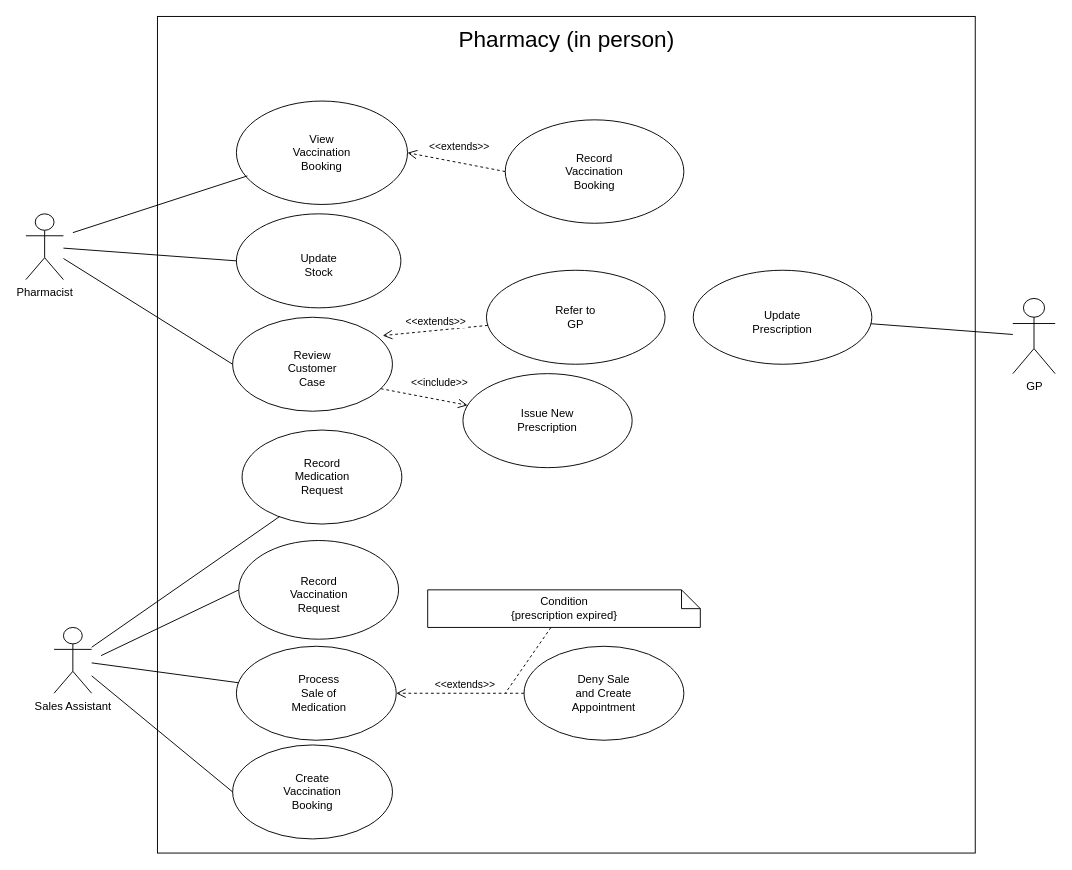
Earlier version of the draw.io diagram PharmacyUseCase.drawio (iitzzBenny/Group6D--Pharmacy--UseCaseDiagram). Source tidied: cells renumbered, new cells numbered last; positions are measured from the earlier drawing's top-left corner, leaving out a move shared by most shapes. Both pictures are drawn from the tidied source at 94%, with x=0, y=0 at pixel (25, 16).
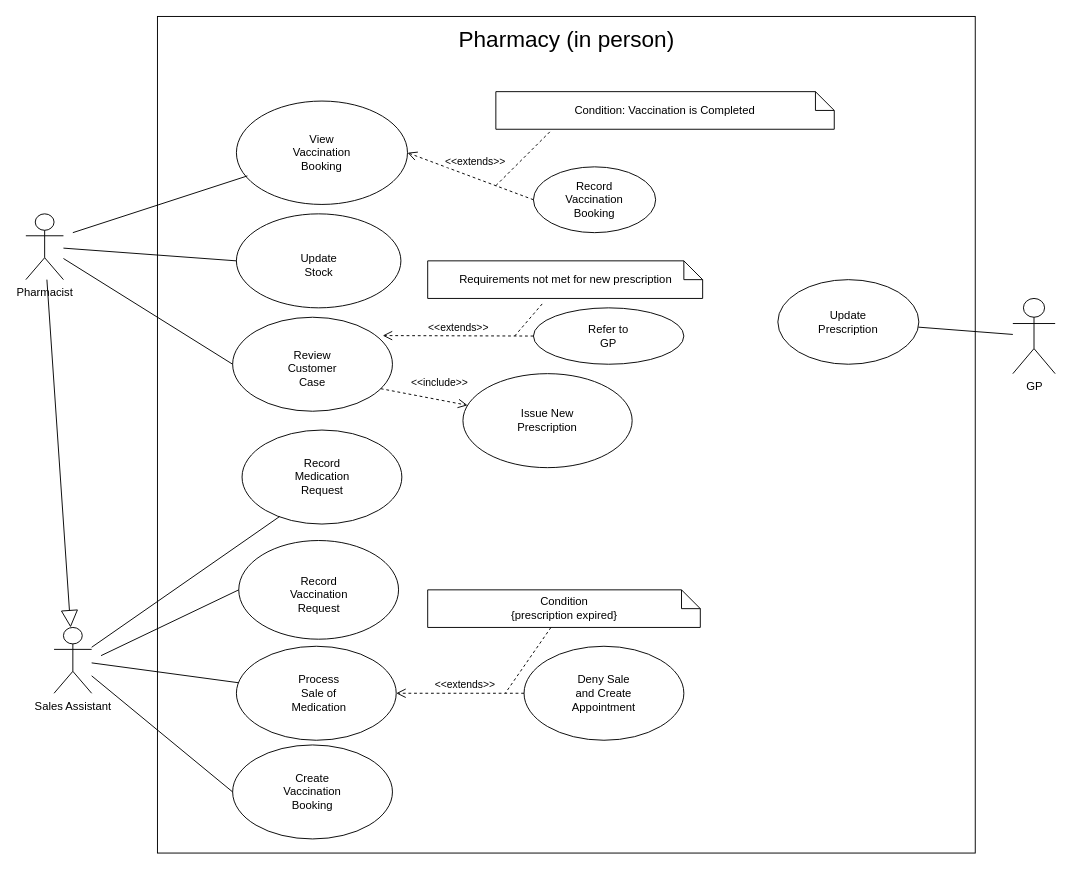
After the change.

Unchanged cells that the change refers to:
```xml
<mxCell id="6" value="Pharmacist" style="shape=umlActor;verticalLabelPosition=bottom;verticalAlign=top;html=1;outlineConnect=0;" parent="1" vertex="1">
  <mxGeometry y="210" width="40" height="70" as="geometry" />
</mxCell>
<mxCell id="7" value="Sales Assistant&lt;br&gt;" style="shape=umlActor;verticalLabelPosition=bottom;verticalAlign=top;html=1;outlineConnect=0;" parent="1" vertex="1">
  <mxGeometry x="30" y="650" width="40" height="70" as="geometry" />
</mxCell>
```

Diff of the diagram source:
```diff
@@
     <mxCell id="32" style="ellipse;whiteSpace=wrap;html=1;" parent="1" vertex="1">
-      <mxGeometry x="510" y="110" width="190" height="110" as="geometry" />
+      <mxGeometry x="540" y="160" width="130" height="70" as="geometry" />
     </mxCell>
     <mxCell id="33" value="Record Vaccination Booking" style="text;html=1;strokeColor=none;fillColor=none;align=center;verticalAlign=middle;whiteSpace=wrap;rounded=0;" parent="1" vertex="1">
-      <mxGeometry x="575" y="150" width="60" height="30" as="geometry" />
+      <mxGeometry x="575" y="180" width="60" height="30" as="geometry" />
     </mxCell>
@@
     <mxCell id="35" style="ellipse;whiteSpace=wrap;html=1;" parent="1" vertex="1">
-      <mxGeometry x="490" y="270" width="190" height="100" as="geometry" />
+      <mxGeometry x="540" y="310" width="160" height="60" as="geometry" />
     </mxCell>
     <mxCell id="36" value="Refer to GP" style="text;html=1;strokeColor=none;fillColor=none;align=center;verticalAlign=middle;whiteSpace=wrap;rounded=0;" parent="1" vertex="1">
-      <mxGeometry x="555" y="305" width="60" height="30" as="geometry" />
+      <mxGeometry x="590" y="325" width="60" height="30" as="geometry" />
     </mxCell>
@@
     <mxCell id="39" style="ellipse;whiteSpace=wrap;html=1;" parent="1" vertex="1">
-      <mxGeometry x="710" y="270" width="190" height="100" as="geometry" />
+      <mxGeometry x="800" y="280" width="150" height="90" as="geometry" />
     </mxCell>
@@
     <mxCell id="41" value="Update Prescription" style="text;html=1;strokeColor=none;fillColor=none;align=center;verticalAlign=middle;whiteSpace=wrap;rounded=0;" parent="1" vertex="1">
-      <mxGeometry x="775" y="310" width="60" height="30" as="geometry" />
+      <mxGeometry x="845" y="310" width="60" height="30" as="geometry" />
     </mxCell>
@@
+    <mxCell id="45" style="endArrow=block;endSize=16;endFill=0;html=1;rounded=0;" parent="1" edge="1" source="6" target="7">
+      <mxGeometry relative="1" as="geometry" />
+    </mxCell>
+    <mxCell id="46" value="Condition: Vaccination is Completed" style="shape=note;size=20;whiteSpace=wrap;html=1;" parent="1" vertex="1">
+      <mxGeometry x="500" y="80" width="360" height="40" as="geometry" />
+    </mxCell>
+    <mxCell id="47" style="endArrow=none;dashed=1;html=1;rounded=0;entryX=0.164;entryY=1.029;entryDx=0;entryDy=0;entryPerimeter=0;" parent="1" edge="1" target="46">
+      <mxGeometry relative="1" as="geometry">
+        <mxPoint x="500" y="180" as="sourcePoint" />
+      </mxGeometry>
+    </mxCell>
+    <mxCell id="48" value="Requirements not met for new prescription" style="shape=note;size=20;whiteSpace=wrap;html=1;" parent="1" vertex="1">
+      <mxGeometry x="427.5" y="260" width="292.5" height="40" as="geometry" />
+    </mxCell>
+    <mxCell id="49" style="endArrow=none;dashed=1;html=1;rounded=0;" parent="1" edge="1">
+      <mxGeometry relative="1" as="geometry">
+        <mxPoint x="520" y="340" as="sourcePoint" />
+        <mxPoint x="550" y="305" as="targetPoint" />
+      </mxGeometry>
+    </mxCell>
```
